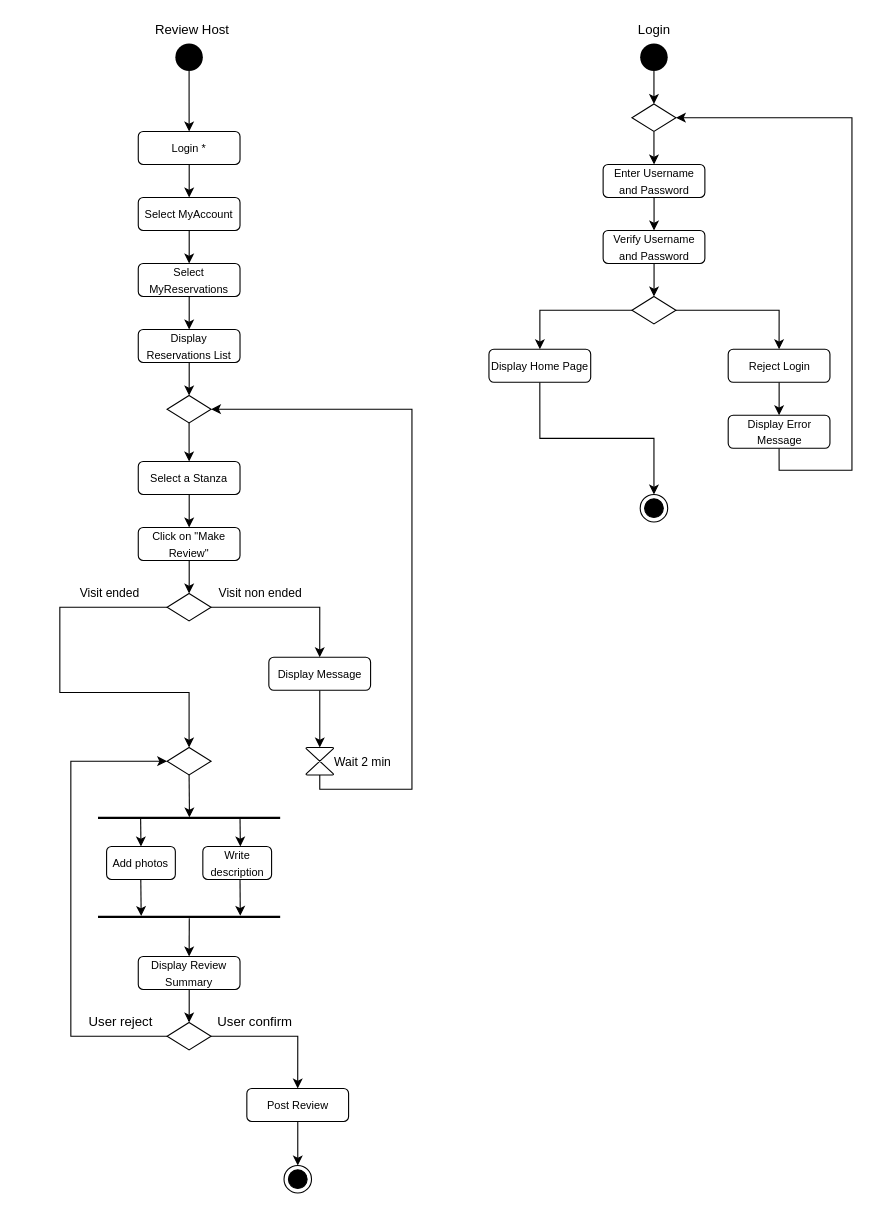
The draw.io diagram Deliverables/Activity Diagram/Activity Diagram Agostinelli.drawio in nic-agos/DoveStudi, before the edit. Source tidied: cells renumbered, new cells numbered last; positions are measured from the earlier drawing's top-left corner, leaving out a move shared by most shapes. Both pictures are drawn from the tidied source at 110%, with x=0, y=0 at pixel (59, 19).
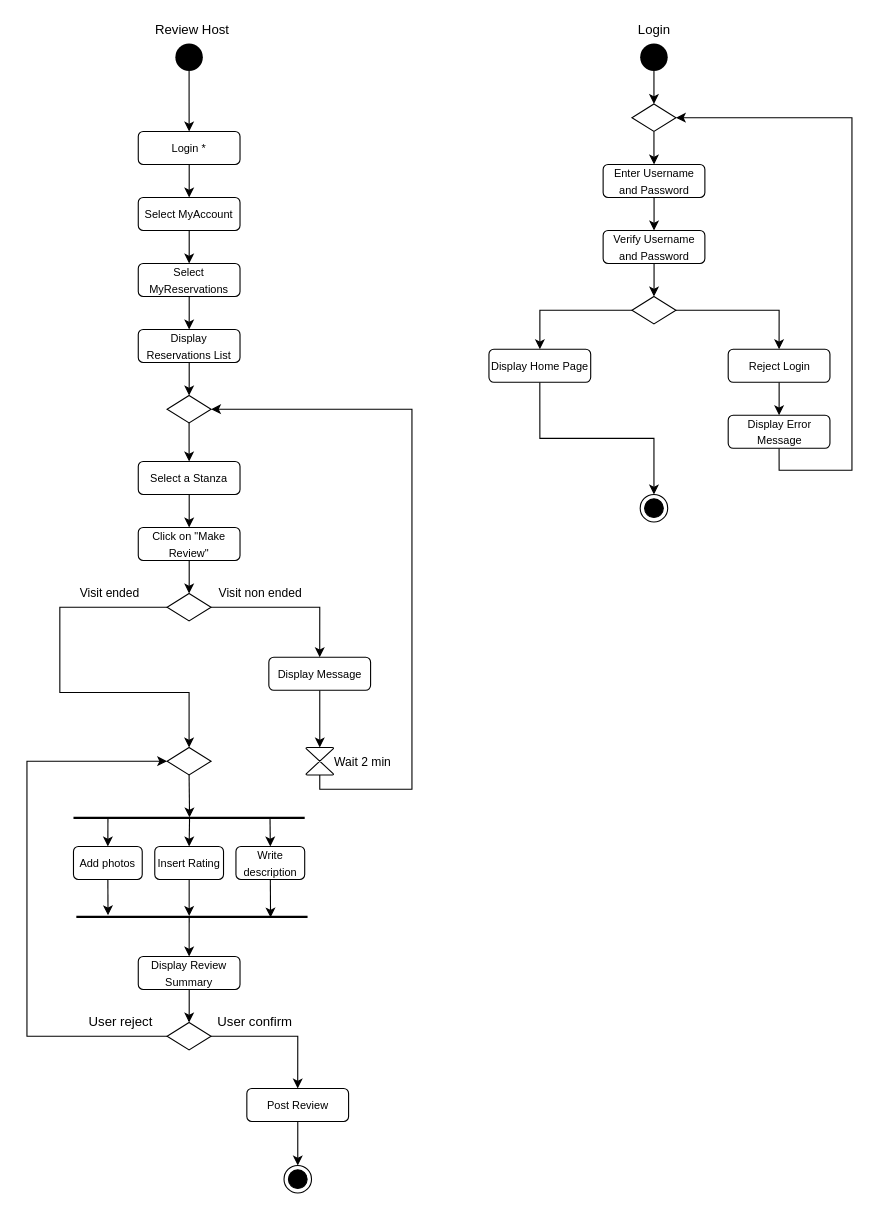
Above is the later version.

Commit message:
Added insert rating in the fork

The change refers to these unchanged cells:
```xml
<mxCell id="39" value="&lt;span style=&quot;font-size: 10px&quot;&gt;Display Review Summary&lt;/span&gt;" style="rounded=1;whiteSpace=wrap;html=1;strokeWidth=1;" parent="1" vertex="1">
  <mxGeometry x="71.2" y="852" width="92.5" height="30" as="geometry" />
</mxCell>
<mxCell id="42" style="strokeWidth=1;html=1;shape=mxgraph.flowchart.decision;whiteSpace=wrap;fillColor=#ffffff;" parent="1" vertex="1">
  <mxGeometry x="97.4" y="912" width="40" height="25" as="geometry" />
</mxCell>
<mxCell id="47" style="strokeWidth=1;html=1;shape=mxgraph.flowchart.decision;whiteSpace=wrap;fillColor=#ffffff;" parent="1" vertex="1">
  <mxGeometry x="97.4" y="662" width="40" height="25" as="geometry" />
</mxCell>
```

What changed in the source:
```diff
@@
     <mxCell id="29" style="line;strokeWidth=2;fillColor=none;align=left;verticalAlign=middle;spacingTop=-1;spacingLeft=3;spacingRight=3;labelPosition=right;points=[];portConstraint=eastwest;" parent="1" vertex="1">
-      <mxGeometry x="34.6" y="722" width="165.6" height="8" as="geometry" />
+      <mxGeometry x="12.3" y="722" width="210.2" height="8" as="geometry" />
     </mxCell>
+    <mxCell id="69" style="edgeStyle=orthogonalEdgeStyle;rounded=0;jettySize=auto;html=1;exitX=0.5;exitY=1;exitDx=0;exitDy=0;entryX=0.137;entryY=0.323;entryDx=0;entryDy=0;entryPerimeter=0;" parent="1" edge="1" source="30" target="32">
+      <mxGeometry relative="1" as="geometry" />
+    </mxCell>
     <mxCell id="30" value="&lt;span style=&quot;font-size: 10px&quot;&gt;Add photos&lt;/span&gt;" style="rounded=1;whiteSpace=wrap;html=1;strokeWidth=1;" parent="1" vertex="1">
-      <mxGeometry x="42.4" y="752" width="62.5" height="30" as="geometry" />
+      <mxGeometry x="12.3" y="752" width="62.5" height="30" as="geometry" />
     </mxCell>
     <mxCell id="31" value="&lt;span style=&quot;font-size: 10px&quot;&gt;Write description&lt;/span&gt;" style="rounded=1;whiteSpace=wrap;html=1;strokeWidth=1;" parent="1" vertex="1">
-      <mxGeometry x="129.9" y="752" width="62.5" height="30" as="geometry" />
+      <mxGeometry x="160" y="752" width="62.5" height="30" as="geometry" />
     </mxCell>
     <mxCell id="32" style="line;strokeWidth=2;fillColor=none;align=left;verticalAlign=middle;spacingTop=-1;spacingLeft=3;spacingRight=3;labelPosition=right;points=[];portConstraint=eastwest;" parent="1" vertex="1">
-      <mxGeometry x="34.6" y="812" width="165.6" height="8" as="geometry" />
+      <mxGeometry x="14.9" y="812" width="210.2" height="8" as="geometry" />
     </mxCell>
-    <mxCell id="33" style="endArrow=classic;html=1;exitX=0.234;exitY=0.566;exitDx=0;exitDy=0;exitPerimeter=0;entryX=0.5;entryY=0;entryDx=0;entryDy=0;" parent="1" edge="1" source="29" target="30">
+    <mxCell id="33" style="endArrow=classic;html=1;entryX=0.5;entryY=0;entryDx=0;entryDy=0;exitX=0.149;exitY=0.585;exitDx=0;exitDy=0;exitPerimeter=0;" parent="1" edge="1" source="29" target="30">
       <mxGeometry relative="1" as="geometry" />
     </mxCell>
-    <mxCell id="34" style="endArrow=classic;html=1;exitX=0.234;exitY=0.566;exitDx=0;exitDy=0;exitPerimeter=0;entryX=0.5;entryY=0;entryDx=0;entryDy=0;" parent="1" edge="1">
-      <mxGeometry relative="1" as="geometry">
-        <mxPoint x="163.7" y="726.5" as="sourcePoint" />
-        <mxPoint x="164" y="752" as="targetPoint" />
-      </mxGeometry>
+    <mxCell id="34" style="endArrow=classic;html=1;entryX=0.5;entryY=0;entryDx=0;entryDy=0;exitX=0.85;exitY=0.525;exitDx=0;exitDy=0;exitPerimeter=0;" parent="1" edge="1" source="29" target="31">
+      <mxGeometry relative="1" as="geometry" />
     </mxCell>
-    <mxCell id="35" style="endArrow=classic;html=1;exitX=0.234;exitY=0.566;exitDx=0;exitDy=0;exitPerimeter=0;entryX=0.781;entryY=0.381;entryDx=0;entryDy=0;entryPerimeter=0;" parent="1" edge="1" target="32">
-      <mxGeometry relative="1" as="geometry">
-        <mxPoint x="163.7" y="782" as="sourcePoint" />
-      </mxGeometry>
+    <mxCell id="35" style="endArrow=classic;html=1;exitX=0.5;exitY=1;exitDx=0;exitDy=0;entryX=0.84;entryY=0.575;entryDx=0;entryDy=0;entryPerimeter=0;" parent="1" edge="1" source="31" target="32">
+      <mxGeometry relative="1" as="geometry" />
     </mxCell>
-    <mxCell id="36" style="endArrow=classic;html=1;exitX=0.234;exitY=0.566;exitDx=0;exitDy=0;exitPerimeter=0;entryX=0.237;entryY=0.409;entryDx=0;entryDy=0;entryPerimeter=0;" parent="1" edge="1" target="32">
-      <mxGeometry relative="1" as="geometry">
-        <mxPoint x="73.5" y="782" as="sourcePoint" />
-      </mxGeometry>
-    </mxCell>
-    <mxCell id="37" style="endArrow=classic;html=1;exitX=0.501;exitY=0.65;exitDx=0;exitDy=0;exitPerimeter=0;entryX=0.5;entryY=0;entryDx=0;entryDy=0;" parent="1" edge="1" source="32" target="39">
+    <mxCell id="37" style="endArrow=classic;html=1;entryX=0.5;entryY=0;entryDx=0;entryDy=0;exitX=0.488;exitY=0.585;exitDx=0;exitDy=0;exitPerimeter=0;" parent="1" edge="1" source="32" target="39">
       <mxGeometry relative="1" as="geometry" />
     </mxCell>
@@
     <mxCell id="41" style="edgeStyle=orthogonalEdgeStyle;rounded=0;jettySize=auto;html=1;exitX=0;exitY=0.5;exitDx=0;exitDy=0;exitPerimeter=0;entryX=0;entryY=0.5;entryDx=0;entryDy=0;entryPerimeter=0;" parent="1" edge="1" source="42" target="47">
       <mxGeometry relative="1" as="geometry">
         <Array as="points">
-          <mxPoint x="9.9" y="924" />
-          <mxPoint x="9.9" y="674" />
+          <mxPoint x="-30" y="925" />
+          <mxPoint x="-30" y="675" />
         </Array>
       </mxGeometry>
     </mxCell>
@@
+    <mxCell id="70" value="&lt;span style=&quot;font-size: 10px&quot;&gt;Insert Rating&lt;/span&gt;" style="rounded=1;whiteSpace=wrap;html=1;strokeWidth=1;" parent="1" vertex="1">
+      <mxGeometry x="86.2" y="752" width="62.5" height="30" as="geometry" />
+    </mxCell>
+    <mxCell id="71" style="endArrow=classic;html=1;entryX=0.488;entryY=0.403;entryDx=0;entryDy=0;entryPerimeter=0;exitX=0.5;exitY=1;exitDx=0;exitDy=0;" parent="1" edge="1" source="70" target="32">
+      <mxGeometry relative="1" as="geometry" />
+    </mxCell>
+    <mxCell id="72" style="endArrow=classic;html=1;entryX=0.5;entryY=0;entryDx=0;entryDy=0;exitX=0.502;exitY=0.484;exitDx=0;exitDy=0;exitPerimeter=0;" parent="1" edge="1" source="29" target="70">
+      <mxGeometry relative="1" as="geometry" />
+    </mxCell>
```
